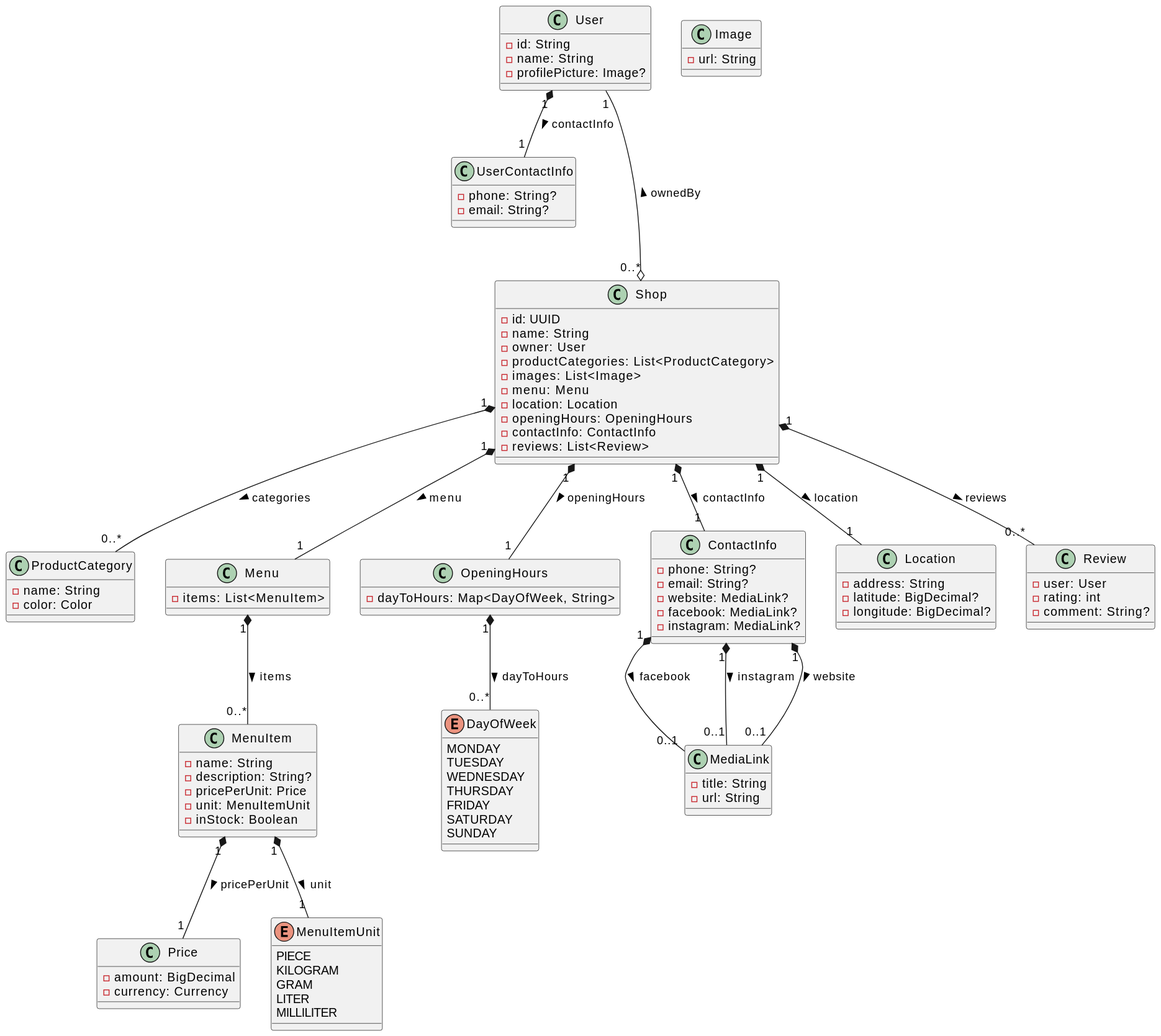
This is docs/diagram-img/class.svg from tondracek/my-farmer, a PlantUML export, as it was before one commit.
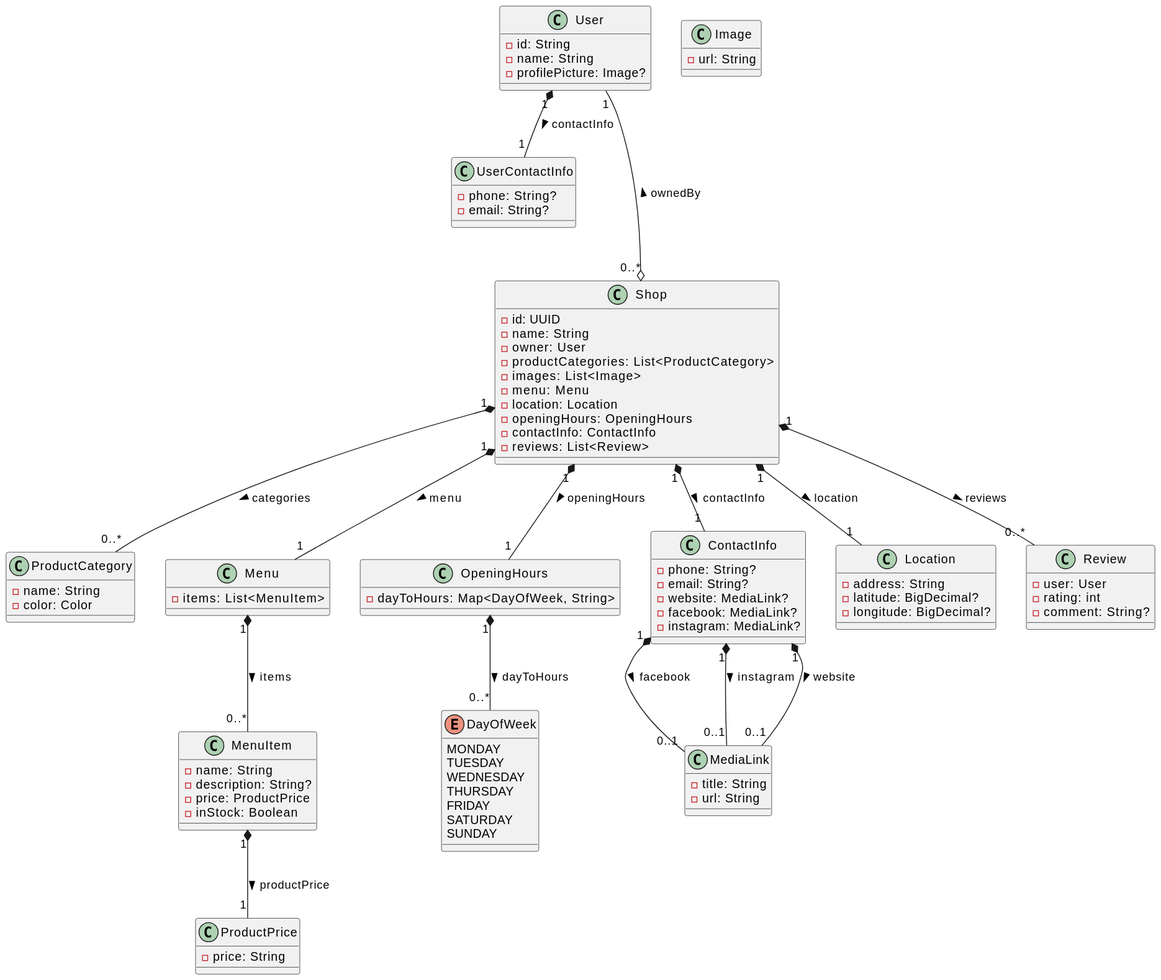
After the change.

Commit message:
🖼️ Auto-update UML diagrams

Diff of the diagram source:
```diff
@@ -47,28 +47,17 @@
 class MenuItem {
     - name: String
     - description: String?
-    - pricePerUnit: Price
-    - unit: MenuItemUnit
+    - price: ProductPrice
     - inStock: Boolean
 }
 
-class Price {
-    - amount: BigDecimal
-    - currency: Currency
-}
-
-enum MenuItemUnit {
-    PIECE
-    KILOGRAM
-    GRAM
-    LITER
-    MILLILITER
+class ProductPrice {
+    - price: String
 }
 
 Shop "1" *-- "1" Menu : menu >
 Menu "1" *-- "0..*" MenuItem : items >
-MenuItem "1" *-- "1" Price : pricePerUnit >
-MenuItem "1" *-- "1" MenuItemUnit : unit >
+MenuItem "1" *-- "1" ProductPrice : productPrice >
 
 
 class OpeningHours {
```
